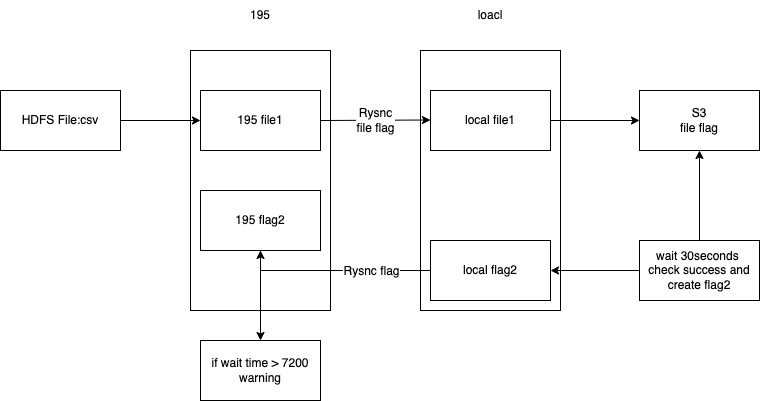
Before: test.drawio.png, a diagram exported from draw.io (a490888602/draw). Source tidied: cells renumbered, new cells last; positions are measured from the earlier drawing's top-left corner, leaving out a move shared by most shapes. Its diagram source:
```xml
<mxGraphModel>
  <root>
    <mxCell id="0" />
    <mxCell id="1" parent="0" />
    <mxCell id="2" style="rounded=0;whiteSpace=wrap;html=1;" parent="1" vertex="1">
      <mxGeometry x="420" y="50" width="140" height="260" as="geometry" />
    </mxCell>
    <mxCell id="3" style="rounded=0;whiteSpace=wrap;html=1;" parent="1" vertex="1">
      <mxGeometry x="190" y="50" width="140" height="260" as="geometry" />
    </mxCell>
    <mxCell id="4" style="edgeStyle=orthogonalEdgeStyle;rounded=0;jettySize=auto;html=1;" parent="1" edge="1" source="5" target="6">
      <mxGeometry relative="1" as="geometry" />
    </mxCell>
    <mxCell id="5" value="HDFS File:csv" style="rounded=0;whiteSpace=wrap;html=1;" parent="1" vertex="1">
      <mxGeometry y="90" width="120" height="60" as="geometry" />
    </mxCell>
    <mxCell id="6" value="195 file1" style="rounded=0;whiteSpace=wrap;html=1;" parent="1" vertex="1">
      <mxGeometry x="200" y="90" width="120" height="60" as="geometry" />
    </mxCell>
    <mxCell id="7" style="endArrow=classic;html=1;rounded=0;exitX=1;exitY=0.5;exitDx=0;exitDy=0;" parent="1" edge="1" source="6">
      <mxGeometry relative="1" as="geometry">
        <mxPoint x="430" y="119.5" as="targetPoint" />
      </mxGeometry>
    </mxCell>
    <mxCell id="8" value="Rysnc&lt;br&gt;file flag" style="edgeLabel;html=1;align=center;verticalAlign=middle;" parent="7" vertex="1">
      <mxGeometry relative="1" as="geometry" />
    </mxCell>
    <mxCell id="9" style="edgeStyle=orthogonalEdgeStyle;rounded=0;jettySize=auto;html=1;" parent="1" edge="1" source="10" target="11">
      <mxGeometry relative="1" as="geometry" />
    </mxCell>
    <mxCell id="10" value="local file1" style="rounded=0;whiteSpace=wrap;html=1;" parent="1" vertex="1">
      <mxGeometry x="430" y="90" width="120" height="60" as="geometry" />
    </mxCell>
    <mxCell id="11" value="S3&lt;br&gt;&lt;span style=&quot;font-size: 11px; background-color: rgb(255, 255, 255);&quot;&gt;file flag&lt;/span&gt;" style="rounded=0;whiteSpace=wrap;html=1;" parent="1" vertex="1">
      <mxGeometry x="639" y="90" width="120" height="60" as="geometry" />
    </mxCell>
    <mxCell id="12" style="edgeStyle=orthogonalEdgeStyle;rounded=0;jettySize=auto;html=1;entryX=0.5;entryY=1;entryDx=0;entryDy=0;" parent="1" edge="1" source="14" target="16">
      <mxGeometry relative="1" as="geometry" />
    </mxCell>
    <mxCell id="13" value="Rysnc flag" style="edgeLabel;html=1;align=center;verticalAlign=middle;" parent="12" vertex="1">
      <mxGeometry x="-0.25" y="3" relative="1" as="geometry">
        <mxPoint x="12" y="-3" as="offset" />
      </mxGeometry>
    </mxCell>
    <mxCell id="14" value="local flag2" style="rounded=0;whiteSpace=wrap;html=1;" parent="1" vertex="1">
      <mxGeometry x="430" y="240" width="120" height="60" as="geometry" />
    </mxCell>
    <mxCell id="15" style="edgeStyle=orthogonalEdgeStyle;rounded=0;jettySize=auto;html=1;" parent="1" edge="1" source="16" target="22">
      <mxGeometry relative="1" as="geometry" />
    </mxCell>
    <mxCell id="16" value="195 flag2" style="rounded=0;whiteSpace=wrap;html=1;" parent="1" vertex="1">
      <mxGeometry x="200" y="190" width="120" height="60" as="geometry" />
    </mxCell>
    <mxCell id="17" value="195" style="text;html=1;strokeColor=none;fillColor=none;align=center;verticalAlign=middle;whiteSpace=wrap;rounded=0;" parent="1" vertex="1">
      <mxGeometry x="230" width="60" height="30" as="geometry" />
    </mxCell>
    <mxCell id="18" value="loacl" style="text;html=1;strokeColor=none;fillColor=none;align=center;verticalAlign=middle;whiteSpace=wrap;rounded=0;" parent="1" vertex="1">
      <mxGeometry x="460" width="60" height="30" as="geometry" />
    </mxCell>
    <mxCell id="19" style="edgeStyle=orthogonalEdgeStyle;rounded=0;jettySize=auto;html=1;entryX=0.5;entryY=1;entryDx=0;entryDy=0;" parent="1" edge="1" source="21" target="11">
      <mxGeometry relative="1" as="geometry" />
    </mxCell>
    <mxCell id="20" style="edgeStyle=orthogonalEdgeStyle;rounded=0;jettySize=auto;html=1;entryX=1;entryY=0.5;entryDx=0;entryDy=0;" parent="1" edge="1" source="21" target="14">
      <mxGeometry relative="1" as="geometry" />
    </mxCell>
    <mxCell id="21" value="wait 30seconds&amp;nbsp;&lt;br&gt;check success and create flag2" style="rounded=0;whiteSpace=wrap;html=1;" parent="1" vertex="1">
      <mxGeometry x="639" y="240" width="120" height="60" as="geometry" />
    </mxCell>
    <mxCell id="22" value="if wait time &amp;gt; 7200&lt;br&gt;warning" style="rounded=0;whiteSpace=wrap;html=1;" parent="1" vertex="1">
      <mxGeometry x="200" y="340" width="120" height="60" as="geometry" />
    </mxCell>
  </root>
</mxGraphModel>
```
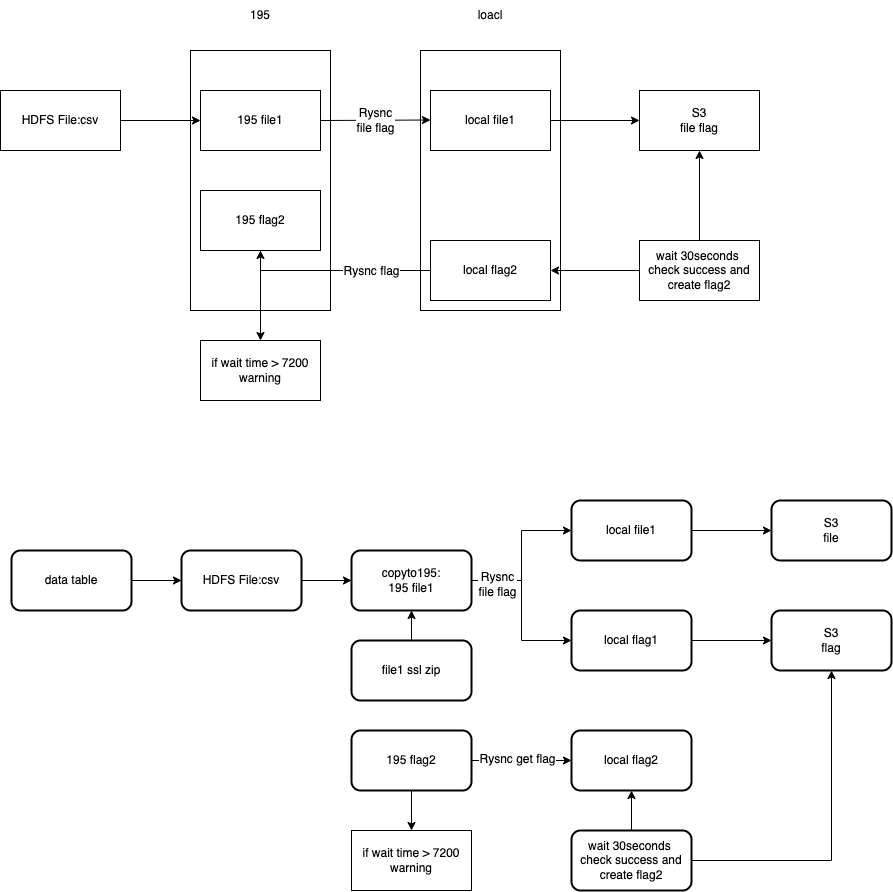
Later version of the same file.

Change to the diagram source:
```diff
@@ -69,5 +69,89 @@
     <mxCell id="22" value="if wait time &amp;gt; 7200&lt;br&gt;warning" style="rounded=0;whiteSpace=wrap;html=1;" parent="1" vertex="1">
       <mxGeometry x="200" y="340" width="120" height="60" as="geometry" />
     </mxCell>
+    <mxCell id="23" style="edgeStyle=orthogonalEdgeStyle;rounded=0;jettySize=auto;html=1;" parent="1" edge="1" source="24" target="26">
+      <mxGeometry relative="1" as="geometry" />
+    </mxCell>
+    <mxCell id="24" value="data table" style="rounded=1;whiteSpace=wrap;html=1;strokeWidth=2;" parent="1" vertex="1">
+      <mxGeometry x="11" y="550" width="120" height="60" as="geometry" />
+    </mxCell>
+    <mxCell id="25" style="edgeStyle=orthogonalEdgeStyle;rounded=0;jettySize=auto;html=1;" parent="1" edge="1" source="26" target="29">
+      <mxGeometry relative="1" as="geometry" />
+    </mxCell>
+    <mxCell id="26" value="HDFS File:csv" style="rounded=1;whiteSpace=wrap;html=1;strokeWidth=2;" parent="1" vertex="1">
+      <mxGeometry x="181" y="550" width="120" height="60" as="geometry" />
+    </mxCell>
+    <mxCell id="27" style="edgeStyle=orthogonalEdgeStyle;rounded=0;jettySize=auto;html=1;entryX=0;entryY=0.5;entryDx=0;entryDy=0;" parent="1" edge="1" source="29" target="34">
+      <mxGeometry relative="1" as="geometry">
+        <Array as="points">
+          <mxPoint x="521" y="580" />
+          <mxPoint x="521" y="640" />
+        </Array>
+      </mxGeometry>
+    </mxCell>
+    <mxCell id="28" style="edgeStyle=orthogonalEdgeStyle;rounded=0;jettySize=auto;html=1;entryX=0;entryY=0.5;entryDx=0;entryDy=0;" parent="1" edge="1" source="29" target="31">
+      <mxGeometry relative="1" as="geometry" />
+    </mxCell>
+    <mxCell id="29" value="copyto195:&lt;br&gt;195 file1" style="rounded=1;whiteSpace=wrap;html=1;strokeWidth=2;" parent="1" vertex="1">
+      <mxGeometry x="351" y="550" width="120" height="60" as="geometry" />
+    </mxCell>
+    <mxCell id="30" style="edgeStyle=orthogonalEdgeStyle;rounded=0;jettySize=auto;html=1;" parent="1" edge="1" source="31" target="35">
+      <mxGeometry relative="1" as="geometry" />
+    </mxCell>
+    <mxCell id="31" value="local file1" style="rounded=1;whiteSpace=wrap;html=1;strokeWidth=2;" parent="1" vertex="1">
+      <mxGeometry x="571" y="500" width="120" height="60" as="geometry" />
+    </mxCell>
+    <mxCell id="32" value="Rysnc&lt;br&gt;file flag" style="edgeLabel;html=1;align=center;verticalAlign=middle;" parent="1" vertex="1">
+      <mxGeometry x="371" y="50" as="geometry">
+        <mxPoint x="126" y="533" as="offset" />
+      </mxGeometry>
+    </mxCell>
+    <mxCell id="33" style="edgeStyle=orthogonalEdgeStyle;rounded=0;jettySize=auto;html=1;" parent="1" edge="1" source="34" target="36">
+      <mxGeometry relative="1" as="geometry" />
+    </mxCell>
+    <mxCell id="34" value="local flag1" style="rounded=1;whiteSpace=wrap;html=1;strokeWidth=2;" parent="1" vertex="1">
+      <mxGeometry x="571" y="610" width="120" height="60" as="geometry" />
+    </mxCell>
+    <mxCell id="35" value="S3&lt;br&gt;&lt;span style=&quot;font-size: 11px; background-color: rgb(255, 255, 255);&quot;&gt;file&lt;/span&gt;" style="rounded=1;whiteSpace=wrap;html=1;strokeWidth=2;" parent="1" vertex="1">
+      <mxGeometry x="771" y="500" width="120" height="60" as="geometry" />
+    </mxCell>
+    <mxCell id="36" value="&lt;span style=&quot;font-size: 11px; background-color: rgb(255, 255, 255);&quot;&gt;S3&lt;br&gt;flag&lt;/span&gt;" style="whiteSpace=wrap;html=1;rounded=1;strokeWidth=2;" parent="1" vertex="1">
+      <mxGeometry x="771" y="610" width="120" height="60" as="geometry" />
+    </mxCell>
+    <mxCell id="37" style="edgeStyle=orthogonalEdgeStyle;rounded=0;jettySize=auto;html=1;entryX=0.5;entryY=1;entryDx=0;entryDy=0;" parent="1" edge="1" source="39" target="36">
+      <mxGeometry relative="1" as="geometry" />
+    </mxCell>
+    <mxCell id="38" style="edgeStyle=orthogonalEdgeStyle;rounded=0;jettySize=auto;html=1;" parent="1" edge="1" source="39" target="40">
+      <mxGeometry relative="1" as="geometry" />
+    </mxCell>
+    <mxCell id="39" value="wait 30seconds&amp;nbsp;&lt;br&gt;check success and create flag2" style="rounded=1;whiteSpace=wrap;html=1;strokeWidth=2;" parent="1" vertex="1">
+      <mxGeometry x="571" y="830" width="120" height="60" as="geometry" />
+    </mxCell>
+    <mxCell id="40" value="local flag2" style="rounded=1;whiteSpace=wrap;html=1;strokeWidth=2;" parent="1" vertex="1">
+      <mxGeometry x="571" y="730" width="120" height="60" as="geometry" />
+    </mxCell>
+    <mxCell id="41" style="edgeStyle=orthogonalEdgeStyle;rounded=0;jettySize=auto;html=1;entryX=0;entryY=0.5;entryDx=0;entryDy=0;" parent="1" edge="1" source="43" target="40">
+      <mxGeometry relative="1" as="geometry" />
+    </mxCell>
+    <mxCell id="42" style="edgeStyle=orthogonalEdgeStyle;rounded=0;jettySize=auto;html=1;" parent="1" edge="1" source="43" target="45">
+      <mxGeometry relative="1" as="geometry" />
+    </mxCell>
+    <mxCell id="43" value="195 flag2" style="rounded=1;whiteSpace=wrap;html=1;strokeWidth=2;" parent="1" vertex="1">
+      <mxGeometry x="351" y="730" width="120" height="60" as="geometry" />
+    </mxCell>
+    <mxCell id="44" value="Rysnc get flag" style="edgeLabel;html=1;align=center;verticalAlign=middle;" parent="1" vertex="1">
+      <mxGeometry x="281" y="300" as="geometry">
+        <mxPoint x="235" y="458" as="offset" />
+      </mxGeometry>
+    </mxCell>
+    <mxCell id="45" value="if wait time &amp;gt; 7200&lt;br&gt;warning" style="rounded=0;whiteSpace=wrap;html=1;" parent="1" vertex="1">
+      <mxGeometry x="351" y="830" width="120" height="60" as="geometry" />
+    </mxCell>
+    <mxCell id="46" style="edgeStyle=orthogonalEdgeStyle;rounded=0;jettySize=auto;html=1;" parent="1" edge="1" source="47" target="29">
+      <mxGeometry relative="1" as="geometry" />
+    </mxCell>
+    <mxCell id="47" value="file1 ssl zip" style="rounded=1;whiteSpace=wrap;html=1;strokeWidth=2;" parent="1" vertex="1">
+      <mxGeometry x="351" y="640" width="120" height="60" as="geometry" />
+    </mxCell>
   </root>
 </mxGraphModel>
```
